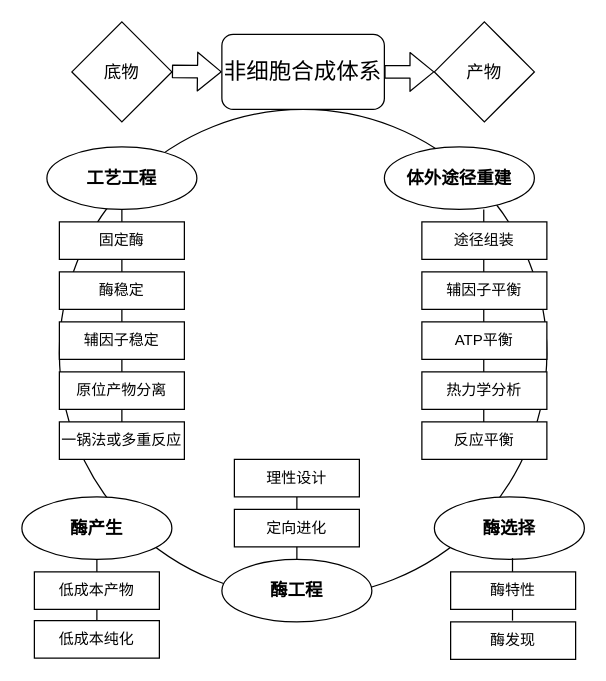
ciky1210/MachineLearning_Ng keeps this draw.io diagram as sypab.drawio. Above is the earlier version. Source tidied: cells renumbered, new cells numbered last; positions are measured from the earlier drawing's top-left corner, leaving out a move shared by most shapes. Both pictures are drawn from the tidied source at 125%, with x=0, y=0 at pixel (21, 21).
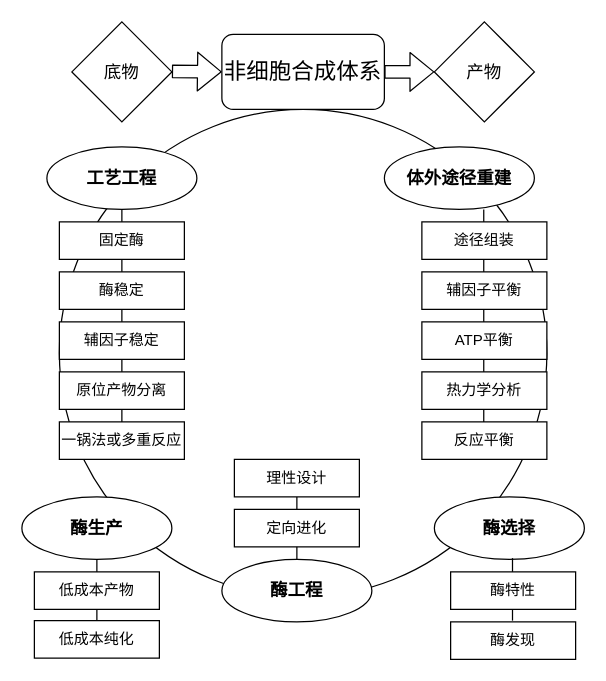
Above is the later version.

The edit, as a diff of the source:
```diff
@@
-    <mxCell id="11" value="&lt;font style=&quot;font-size: 14px&quot;&gt;&lt;b&gt;酶产生&lt;/b&gt;&lt;/font&gt;" style="ellipse;whiteSpace=wrap;html=1;" parent="1" vertex="1">
+    <mxCell id="11" value="&lt;font style=&quot;font-size: 14px&quot;&gt;&lt;b&gt;酶生产&lt;/b&gt;&lt;/font&gt;" style="ellipse;whiteSpace=wrap;html=1;" parent="1" vertex="1">
       <mxGeometry y="380" width="120" height="50" as="geometry" />
     </mxCell>
```
